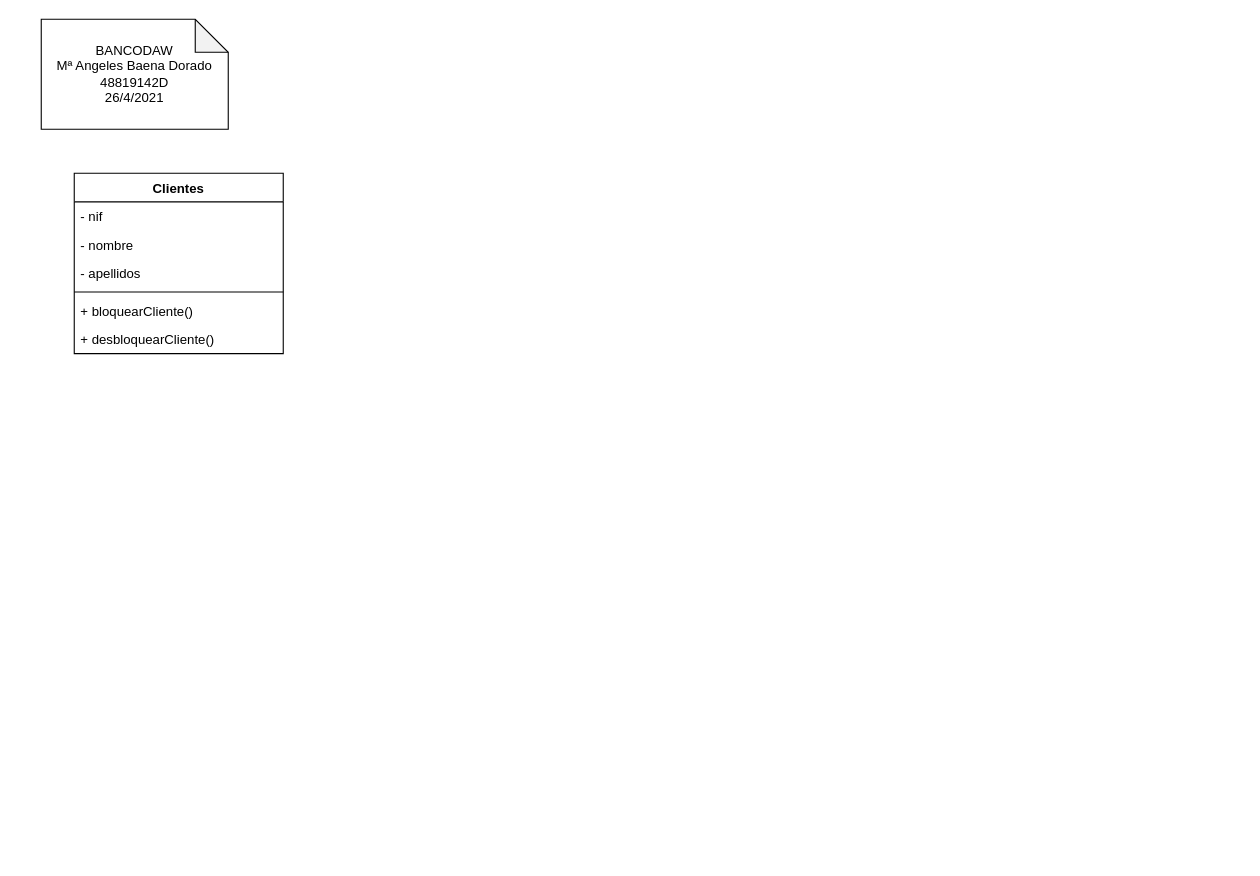
This is ejerdiagclase.drawio from MarianBaena/UML, a draw.io file, before an edit. Source tidied: cells renumbered, new cells numbered last; positions are measured from the earlier drawing's top-left corner, leaving out a move shared by most shapes. Both pictures are drawn from the tidied source at 110%, with x=0, y=0 at pixel (41, 19).
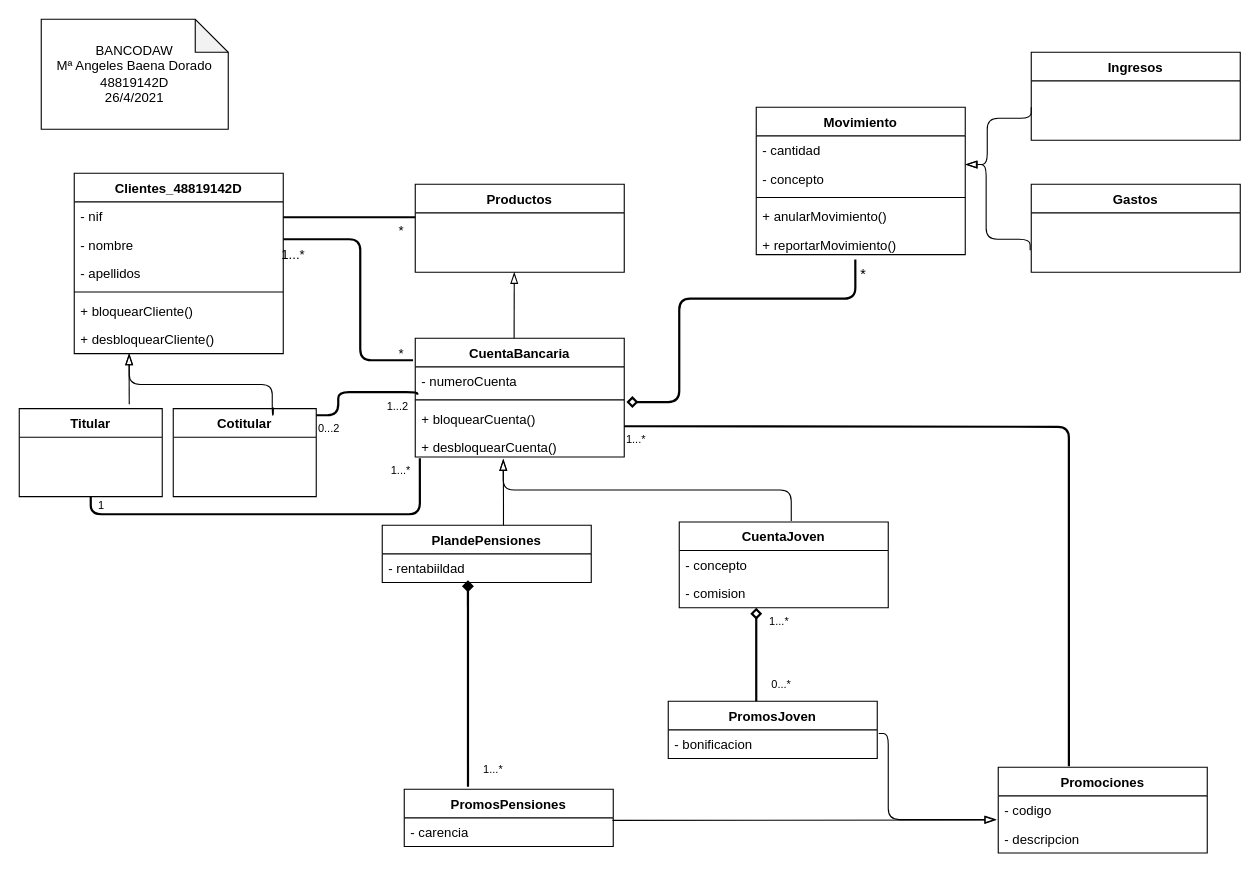
The same page after the edit.

Change to the diagram source:
```diff
@@
-    <mxCell id="3" value="Clientes" style="swimlane;fontStyle=1;align=center;verticalAlign=top;horizontal=1;startSize=26;" parent="1" vertex="1">
+    <mxCell id="3" value="Clientes_48819142D" style="swimlane;fontStyle=1;align=center;verticalAlign=top;horizontal=1;startSize=26;" parent="1" vertex="1">
       <mxGeometry x="30" y="140" width="190" height="164" as="geometry" />
     </mxCell>
@@
+    <mxCell id="10" value="Ingresos" style="swimlane;fontStyle=1;align=center;verticalAlign=top;horizontal=1;startSize=26;" parent="1" vertex="1">
+      <mxGeometry x="900" y="30" width="190" height="80" as="geometry" />
+    </mxCell>
+    <mxCell id="11" value="CuentaBancaria" style="swimlane;fontStyle=1;align=center;verticalAlign=top;horizontal=1;startSize=26;" parent="1" vertex="1">
+      <mxGeometry x="340" y="290" width="190" height="108" as="geometry" />
+    </mxCell>
+    <mxCell id="12" value="- numeroCuenta" style="text;strokeColor=none;fillColor=none;align=left;verticalAlign=top;spacingLeft=4;spacingRight=4;overflow=hidden;points=[[0,0.5],[1,0.5]];portConstraint=eastwest;" parent="11" vertex="1">
+      <mxGeometry y="26" width="190" height="26" as="geometry" />
+    </mxCell>
+    <mxCell id="13" style="line;strokeWidth=1;fillColor=none;align=left;verticalAlign=middle;spacingTop=-1;spacingLeft=3;spacingRight=3;labelPosition=right;" parent="11" vertex="1">
+      <mxGeometry y="52" width="190" height="8" as="geometry" />
+    </mxCell>
+    <mxCell id="14" value="+ bloquearCuenta()" style="text;strokeColor=none;fillColor=none;align=left;verticalAlign=top;spacingLeft=4;spacingRight=4;overflow=hidden;" parent="11" vertex="1">
+      <mxGeometry y="60" width="190" height="26" as="geometry" />
+    </mxCell>
+    <mxCell id="15" value="+ desbloquearCuenta()" style="text;strokeColor=none;fillColor=none;align=left;verticalAlign=top;spacingLeft=4;spacingRight=4;overflow=hidden;points=[[0,0.5],[1,0.5]];portConstraint=eastwest;" parent="11" vertex="1">
+      <mxGeometry y="86" width="190" height="22" as="geometry" />
+    </mxCell>
+    <mxCell id="16" value="Movimiento" style="swimlane;fontStyle=1;align=center;verticalAlign=top;horizontal=1;startSize=26;" parent="1" vertex="1">
+      <mxGeometry x="650" y="80" width="190" height="134" as="geometry" />
+    </mxCell>
+    <mxCell id="17" value="- cantidad" style="text;strokeColor=none;fillColor=none;align=left;verticalAlign=top;spacingLeft=4;spacingRight=4;overflow=hidden;" parent="16" vertex="1">
+      <mxGeometry y="26" width="190" height="26" as="geometry" />
+    </mxCell>
+    <mxCell id="18" value="- concepto" style="text;strokeColor=none;fillColor=none;align=left;verticalAlign=top;spacingLeft=4;spacingRight=4;overflow=hidden;points=[[0,0.5],[1,0.5]];portConstraint=eastwest;" parent="16" vertex="1">
+      <mxGeometry y="52" width="190" height="26" as="geometry" />
+    </mxCell>
+    <mxCell id="19" style="line;strokeWidth=1;fillColor=none;align=left;verticalAlign=middle;spacingTop=-1;spacingLeft=3;spacingRight=3;labelPosition=right;" parent="16" vertex="1">
+      <mxGeometry y="78" width="190" height="8" as="geometry" />
+    </mxCell>
+    <mxCell id="20" value="+ anularMovimiento()" style="text;strokeColor=none;fillColor=none;align=left;verticalAlign=top;spacingLeft=4;spacingRight=4;overflow=hidden;" parent="16" vertex="1">
+      <mxGeometry y="86" width="190" height="26" as="geometry" />
+    </mxCell>
+    <mxCell id="21" value="+ reportarMovimiento()" style="text;strokeColor=none;fillColor=none;align=left;verticalAlign=top;spacingLeft=4;spacingRight=4;overflow=hidden;points=[[0,0.5],[1,0.5]];portConstraint=eastwest;" parent="16" vertex="1">
+      <mxGeometry y="112" width="190" height="22" as="geometry" />
+    </mxCell>
+    <mxCell id="22" value="Titular" style="swimlane;fontStyle=1;align=center;verticalAlign=top;horizontal=1;startSize=26;" parent="1" vertex="1">
+      <mxGeometry x="-20" y="354" width="130" height="80" as="geometry" />
+    </mxCell>
+    <mxCell id="23" value="Gastos" style="swimlane;fontStyle=1;align=center;verticalAlign=top;horizontal=1;startSize=26;" parent="1" vertex="1">
+      <mxGeometry x="900" y="150" width="190" height="80" as="geometry" />
+    </mxCell>
+    <mxCell id="24" value="PlandePensiones" style="swimlane;fontStyle=1;align=center;verticalAlign=top;horizontal=1;startSize=26;" parent="1" vertex="1">
+      <mxGeometry x="310" y="460" width="190" height="52" as="geometry" />
+    </mxCell>
+    <mxCell id="25" value="- rentabiildad" style="text;strokeColor=none;fillColor=none;align=left;verticalAlign=top;spacingLeft=4;spacingRight=4;overflow=hidden;points=[[0,0.5],[1,0.5]];portConstraint=eastwest;" parent="24" vertex="1">
+      <mxGeometry y="26" width="190" height="26" as="geometry" />
+    </mxCell>
+    <mxCell id="26" value="Promociones" style="swimlane;fontStyle=1;align=center;verticalAlign=top;horizontal=1;startSize=26;" parent="1" vertex="1">
+      <mxGeometry x="870" y="680" width="190" height="78" as="geometry" />
+    </mxCell>
+    <mxCell id="27" value="- codigo" style="text;strokeColor=none;fillColor=none;align=left;verticalAlign=top;spacingLeft=4;spacingRight=4;overflow=hidden;points=[[0,0.5],[1,0.5]];portConstraint=eastwest;" parent="26" vertex="1">
+      <mxGeometry y="26" width="190" height="26" as="geometry" />
+    </mxCell>
+    <mxCell id="28" value="- descripcion" style="text;strokeColor=none;fillColor=none;align=left;verticalAlign=top;spacingLeft=4;spacingRight=4;overflow=hidden;" parent="26" vertex="1">
+      <mxGeometry y="52" width="190" height="26" as="geometry" />
+    </mxCell>
+    <mxCell id="29" value="PromosJoven" style="swimlane;fontStyle=1;align=center;verticalAlign=top;horizontal=1;startSize=26;" parent="1" vertex="1">
+      <mxGeometry x="570" y="620" width="190" height="52" as="geometry" />
+    </mxCell>
+    <mxCell id="30" value="- bonificacion" style="text;strokeColor=none;fillColor=none;align=left;verticalAlign=top;spacingLeft=4;spacingRight=4;overflow=hidden;points=[[0,0.5],[1,0.5]];portConstraint=eastwest;" parent="29" vertex="1">
+      <mxGeometry y="26" width="190" height="26" as="geometry" />
+    </mxCell>
+    <mxCell id="31" value="CuentaJoven" style="swimlane;fontStyle=1;align=center;verticalAlign=top;horizontal=1;startSize=26;" parent="1" vertex="1">
+      <mxGeometry x="580" y="457" width="190" height="78" as="geometry" />
+    </mxCell>
+    <mxCell id="32" value="- concepto" style="text;strokeColor=none;fillColor=none;align=left;verticalAlign=top;spacingLeft=4;spacingRight=4;overflow=hidden;" parent="31" vertex="1">
+      <mxGeometry y="26" width="190" height="26" as="geometry" />
+    </mxCell>
+    <mxCell id="33" value="- comision" style="text;strokeColor=none;fillColor=none;align=left;verticalAlign=top;spacingLeft=4;spacingRight=4;overflow=hidden;" parent="31" vertex="1">
+      <mxGeometry y="52" width="190" height="26" as="geometry" />
+    </mxCell>
+    <mxCell id="34" value="PromosPensiones" style="swimlane;fontStyle=1;align=center;verticalAlign=top;horizontal=1;startSize=26;" parent="1" vertex="1">
+      <mxGeometry x="330" y="700" width="190" height="52" as="geometry" />
+    </mxCell>
+    <mxCell id="35" value="- carencia" style="text;strokeColor=none;fillColor=none;align=left;verticalAlign=top;spacingLeft=4;spacingRight=4;overflow=hidden;" parent="34" vertex="1">
+      <mxGeometry y="26" width="190" height="26" as="geometry" />
+    </mxCell>
+    <mxCell id="36" style="verticalAlign=bottom;html=1;endArrow=none;edgeStyle=orthogonalEdgeStyle;strokeWidth=2;" parent="1" edge="1">
+      <mxGeometry y="10" relative="1" as="geometry">
+        <mxPoint x="220" y="180" as="sourcePoint" />
+        <mxPoint x="340" y="180" as="targetPoint" />
+      </mxGeometry>
+    </mxCell>
+    <mxCell id="37" value="*" style="html=1;align=right;verticalAlign=top;labelBackgroundColor=none;fontSize=12;" parent="36" vertex="1">
+      <mxGeometry x="1" relative="1" as="geometry">
+        <mxPoint x="-10" y="-1" as="offset" />
+      </mxGeometry>
+    </mxCell>
+    <mxCell id="38" style="endArrow=blockThin;startArrow=none;endFill=0;startFill=0;endSize=8;html=1;verticalAlign=bottom;labelBackgroundColor=none;strokeWidth=1;fontSize=12;exitX=0.473;exitY=-0.001;exitDx=0;exitDy=0;exitPerimeter=0;" parent="1" edge="1" source="11">
+      <mxGeometry relative="1" as="geometry">
+        <mxPoint x="430" y="230" as="targetPoint" />
+      </mxGeometry>
+    </mxCell>
+    <mxCell id="39" style="verticalAlign=bottom;html=1;endArrow=none;edgeStyle=orthogonalEdgeStyle;strokeWidth=2;" parent="1" edge="1">
+      <mxGeometry y="10" relative="1" as="geometry">
+        <mxPoint x="220" y="200" as="sourcePoint" />
+        <mxPoint x="338" y="310" as="targetPoint" />
+        <Array as="points">
+          <mxPoint x="290" y="200" />
+          <mxPoint x="290" y="310" />
+        </Array>
+      </mxGeometry>
+    </mxCell>
+    <mxCell id="40" value="*" style="html=1;align=right;verticalAlign=top;labelBackgroundColor=none;fontSize=12;" parent="39" vertex="1">
+      <mxGeometry x="1" relative="1" as="geometry">
+        <mxPoint x="-8" y="-20" as="offset" />
+      </mxGeometry>
+    </mxCell>
+    <mxCell id="41" style="verticalAlign=bottom;html=1;endArrow=none;edgeStyle=orthogonalEdgeStyle;strokeWidth=2;fontSize=12;entryX=0.474;entryY=1.201;entryDx=0;entryDy=0;entryPerimeter=0;startArrow=diamond;startFill=0;" parent="1" edge="1" target="21">
+      <mxGeometry relative="1" as="geometry">
+        <mxPoint x="532" y="348" as="sourcePoint" />
+        <Array as="points">
+          <mxPoint x="580" y="348" />
+          <mxPoint x="580" y="254" />
+          <mxPoint x="740" y="254" />
+        </Array>
+      </mxGeometry>
+    </mxCell>
+    <mxCell id="42" style="html=1;align=left;verticalAlign=top;labelBackgroundColor=none;fontSize=10;" parent="41" vertex="1">
+      <mxGeometry x="-1" relative="1" as="geometry" />
+    </mxCell>
+    <mxCell id="43" value="*" style="html=1;align=right;verticalAlign=top;labelBackgroundColor=none;fontSize=13;" parent="41" vertex="1">
+      <mxGeometry x="1" relative="1" as="geometry">
+        <mxPoint x="10" as="offset" />
+      </mxGeometry>
+    </mxCell>
+    <mxCell id="44" style="endArrow=blockThin;startArrow=none;endFill=0;startFill=0;endSize=8;html=1;verticalAlign=bottom;labelBackgroundColor=none;strokeWidth=1;fontSize=12;entryX=1.004;entryY=0.005;entryDx=0;entryDy=0;entryPerimeter=0;edgeStyle=orthogonalEdgeStyle;" parent="1" edge="1" target="18">
+      <mxGeometry relative="1" as="geometry">
+        <mxPoint x="900" y="80" as="sourcePoint" />
+        <Array as="points">
+          <mxPoint x="900" y="90" />
+          <mxPoint x="860" y="90" />
+          <mxPoint x="860" y="132" />
+        </Array>
+      </mxGeometry>
+    </mxCell>
+    <mxCell id="45" style="endArrow=blockThin;startArrow=none;endFill=0;startFill=0;endSize=8;html=1;verticalAlign=bottom;labelBackgroundColor=none;strokeWidth=1;fontSize=12;entryX=1.004;entryY=0.005;entryDx=0;entryDy=0;entryPerimeter=0;edgeStyle=orthogonalEdgeStyle;" parent="1" edge="1">
+      <mxGeometry relative="1" as="geometry">
+        <mxPoint x="899" y="210" as="sourcePoint" />
+        <mxPoint x="840" y="132.1" as="targetPoint" />
+        <Array as="points">
+          <mxPoint x="899" y="210" />
+          <mxPoint x="899" y="200" />
+          <mxPoint x="859" y="200" />
+          <mxPoint x="859" y="132" />
+        </Array>
+      </mxGeometry>
+    </mxCell>
+    <mxCell id="46" style="endArrow=blockThin;startArrow=none;endFill=0;startFill=0;endSize=8;html=1;verticalAlign=bottom;labelBackgroundColor=none;strokeWidth=1;fontSize=12;exitX=0.58;exitY=0;exitDx=0;exitDy=0;exitPerimeter=0;edgeStyle=orthogonalEdgeStyle;" parent="1" edge="1" source="24">
+      <mxGeometry relative="1" as="geometry">
+        <mxPoint x="420" y="400" as="targetPoint" />
+      </mxGeometry>
+    </mxCell>
+    <mxCell id="47" style="endArrow=blockThin;startArrow=none;endFill=0;startFill=0;endSize=8;html=1;verticalAlign=bottom;labelBackgroundColor=none;strokeWidth=1;fontSize=12;exitX=0.536;exitY=-0.011;exitDx=0;exitDy=0;exitPerimeter=0;edgeStyle=orthogonalEdgeStyle;" parent="1" edge="1" source="31">
+      <mxGeometry relative="1" as="geometry">
+        <mxPoint x="420" y="400" as="targetPoint" />
+        <Array as="points">
+          <mxPoint x="682" y="428" />
+          <mxPoint x="420" y="428" />
+        </Array>
+      </mxGeometry>
+    </mxCell>
+    <mxCell id="48" style="endArrow=blockThin;startArrow=none;endFill=0;startFill=0;endSize=8;html=1;verticalAlign=bottom;labelBackgroundColor=none;strokeWidth=1;fontSize=12;exitX=1.007;exitY=0.126;exitDx=0;exitDy=0;exitPerimeter=0;edgeStyle=orthogonalEdgeStyle;entryX=-0.01;entryY=0.83;entryDx=0;entryDy=0;entryPerimeter=0;" parent="1" edge="1" source="30" target="27">
+      <mxGeometry relative="1" as="geometry">
+        <Array as="points">
+          <mxPoint x="770" y="649" />
+          <mxPoint x="770" y="728" />
+          <mxPoint x="868" y="728" />
+        </Array>
+      </mxGeometry>
+    </mxCell>
+    <mxCell id="49" style="endArrow=blockThin;startArrow=none;endFill=0;startFill=0;endSize=8;html=1;verticalAlign=bottom;labelBackgroundColor=none;strokeWidth=1;fontSize=12;exitX=1.007;exitY=-0.027;exitDx=0;exitDy=0;exitPerimeter=0;" parent="1" edge="1">
+      <mxGeometry relative="1" as="geometry">
+        <mxPoint x="519.3" y="728.3" as="sourcePoint" />
+        <mxPoint x="868" y="728" as="targetPoint" />
+      </mxGeometry>
+    </mxCell>
+    <mxCell id="50" style="verticalAlign=bottom;html=1;endArrow=none;strokeWidth=2;fontSize=13;exitX=0.41;exitY=0.923;exitDx=0;exitDy=0;exitPerimeter=0;entryX=0.305;entryY=-0.045;entryDx=0;entryDy=0;entryPerimeter=0;startArrow=diamond;startFill=1;" parent="1" edge="1" source="25" target="34">
+      <mxGeometry relative="1" as="geometry" />
+    </mxCell>
+    <mxCell id="51" style="html=1;align=left;verticalAlign=top;labelBackgroundColor=none;fontSize=10;" parent="50" vertex="1">
+      <mxGeometry x="-1" relative="1" as="geometry" />
+    </mxCell>
+    <mxCell id="52" value="1...*" style="html=1;align=right;verticalAlign=top;labelBackgroundColor=none;fontSize=10;" parent="50" vertex="1">
+      <mxGeometry x="1" relative="1" as="geometry">
+        <mxPoint x="32" y="-28" as="offset" />
+      </mxGeometry>
+    </mxCell>
+    <mxCell id="53" style="verticalAlign=bottom;html=1;endArrow=none;strokeWidth=2;fontSize=13;exitX=0.41;exitY=0.923;exitDx=0;exitDy=0;exitPerimeter=0;startArrow=diamond;startFill=0;" parent="1" edge="1">
+      <mxGeometry relative="1" as="geometry">
+        <mxPoint x="650" y="535" as="sourcePoint" />
+        <mxPoint x="650" y="620" as="targetPoint" />
+      </mxGeometry>
+    </mxCell>
+    <mxCell id="54" style="html=1;align=left;verticalAlign=top;labelBackgroundColor=none;fontSize=10;" parent="53" vertex="1">
+      <mxGeometry x="-1" relative="1" as="geometry" />
+    </mxCell>
+    <mxCell id="55" value="0...*" style="html=1;align=right;verticalAlign=top;labelBackgroundColor=none;fontSize=10;" parent="53" vertex="1">
+      <mxGeometry x="1" relative="1" as="geometry">
+        <mxPoint x="32" y="-28" as="offset" />
+      </mxGeometry>
+    </mxCell>
+    <mxCell id="56" style="verticalAlign=bottom;html=1;endArrow=none;edgeStyle=orthogonalEdgeStyle;strokeWidth=2;fontSize=13;entryX=0.338;entryY=-0.012;entryDx=0;entryDy=0;entryPerimeter=0;" parent="1" edge="1" target="26">
+      <mxGeometry relative="1" as="geometry">
+        <mxPoint x="530" y="370" as="sourcePoint" />
+      </mxGeometry>
+    </mxCell>
+    <mxCell id="57" value="1...*" style="html=1;align=left;verticalAlign=top;labelBackgroundColor=none;fontSize=10;" parent="56" vertex="1">
+      <mxGeometry x="-1" relative="1" as="geometry" />
+    </mxCell>
+    <mxCell id="58" style="html=1;align=right;verticalAlign=top;labelBackgroundColor=none;fontSize=10;" parent="56" vertex="1">
+      <mxGeometry x="1" relative="1" as="geometry">
+        <mxPoint x="-10" y="-20" as="offset" />
+      </mxGeometry>
+    </mxCell>
+    <mxCell id="59" value="1...*" style="html=1;align=right;verticalAlign=top;labelBackgroundColor=none;fontSize=10;" parent="1" vertex="1">
+      <mxGeometry x="680" y="535" as="geometry" />
+    </mxCell>
+    <mxCell id="60" value="1...*" style="html=1;align=right;verticalAlign=top;labelBackgroundColor=none;fontSize=12;" parent="1" vertex="1">
+      <mxGeometry x="240" y="200" as="geometry" />
+    </mxCell>
+    <mxCell id="61" value="Productos" style="swimlane;fontStyle=1;align=center;verticalAlign=top;horizontal=1;startSize=26;" parent="1" vertex="1">
+      <mxGeometry x="340" y="150" width="190" height="80" as="geometry" />
+    </mxCell>
+    <mxCell id="62" value="Cotitular" style="swimlane;fontStyle=1;align=center;verticalAlign=top;horizontal=1;startSize=26;" parent="1" vertex="1">
+      <mxGeometry x="120" y="354" width="130" height="80" as="geometry" />
+    </mxCell>
+    <mxCell id="63" style="endArrow=blockThin;startArrow=none;endFill=0;startFill=0;endSize=8;html=1;verticalAlign=bottom;labelBackgroundColor=none;strokeWidth=1;fontSize=12;" parent="1" edge="1">
+      <mxGeometry relative="1" as="geometry">
+        <mxPoint x="80" y="350" as="sourcePoint" />
+        <mxPoint x="79.8" y="304" as="targetPoint" />
+      </mxGeometry>
+    </mxCell>
+    <mxCell id="64" style="endArrow=blockThin;startArrow=none;endFill=0;startFill=0;endSize=8;html=1;verticalAlign=bottom;labelBackgroundColor=none;strokeWidth=1;fontSize=12;edgeStyle=orthogonalEdgeStyle;exitX=0.7;exitY=-0.012;exitDx=0;exitDy=0;exitPerimeter=0;" parent="1" edge="1" source="62">
+      <mxGeometry relative="1" as="geometry">
+        <mxPoint x="80" y="304" as="targetPoint" />
+        <Array as="points">
+          <mxPoint x="211" y="360" />
+          <mxPoint x="210" y="360" />
+          <mxPoint x="210" y="332" />
+          <mxPoint x="80" y="332" />
+        </Array>
+      </mxGeometry>
+    </mxCell>
+    <mxCell id="65" style="verticalAlign=bottom;html=1;endArrow=none;edgeStyle=orthogonalEdgeStyle;strokeWidth=2;fontSize=13;entryX=0.01;entryY=0.973;entryDx=0;entryDy=0;entryPerimeter=0;" parent="1" edge="1" target="12">
+      <mxGeometry x="-0.05" y="10" relative="1" as="geometry">
+        <mxPoint x="250" y="360" as="sourcePoint" />
+        <Array as="points">
+          <mxPoint x="270" y="360" />
+          <mxPoint x="270" y="339" />
+          <mxPoint x="342" y="339" />
+        </Array>
+      </mxGeometry>
+    </mxCell>
+    <mxCell id="66" value="0...2" style="html=1;align=left;verticalAlign=top;labelBackgroundColor=none;fontSize=10;" parent="65" vertex="1">
+      <mxGeometry x="-1" relative="1" as="geometry" />
+    </mxCell>
+    <mxCell id="67" value="1...2" style="html=1;align=right;verticalAlign=top;labelBackgroundColor=none;fontSize=10;" parent="65" vertex="1">
+      <mxGeometry x="1" relative="1" as="geometry">
+        <mxPoint x="-8" y="-1" as="offset" />
+      </mxGeometry>
+    </mxCell>
+    <mxCell id="68" style="verticalAlign=bottom;html=1;endArrow=none;edgeStyle=orthogonalEdgeStyle;strokeWidth=2;fontSize=13;exitX=0.5;exitY=1;exitDx=0;exitDy=0;entryX=0.022;entryY=1.045;entryDx=0;entryDy=0;entryPerimeter=0;" parent="1" edge="1" source="22" target="15">
+      <mxGeometry x="-0.05" y="10" relative="1" as="geometry">
+        <Array as="points">
+          <mxPoint x="45" y="450" />
+          <mxPoint x="344" y="450" />
+        </Array>
+      </mxGeometry>
+    </mxCell>
+    <mxCell id="69" value="1" style="html=1;align=left;verticalAlign=top;labelBackgroundColor=none;fontSize=10;" parent="68" vertex="1">
+      <mxGeometry x="-1" relative="1" as="geometry">
+        <mxPoint x="5" y="-4" as="offset" />
+      </mxGeometry>
+    </mxCell>
+    <mxCell id="70" value="1...*" style="html=1;align=right;verticalAlign=top;labelBackgroundColor=none;fontSize=10;" parent="68" vertex="1">
+      <mxGeometry x="1" relative="1" as="geometry">
+        <mxPoint x="-8" y="-1" as="offset" />
+      </mxGeometry>
+    </mxCell>
```
